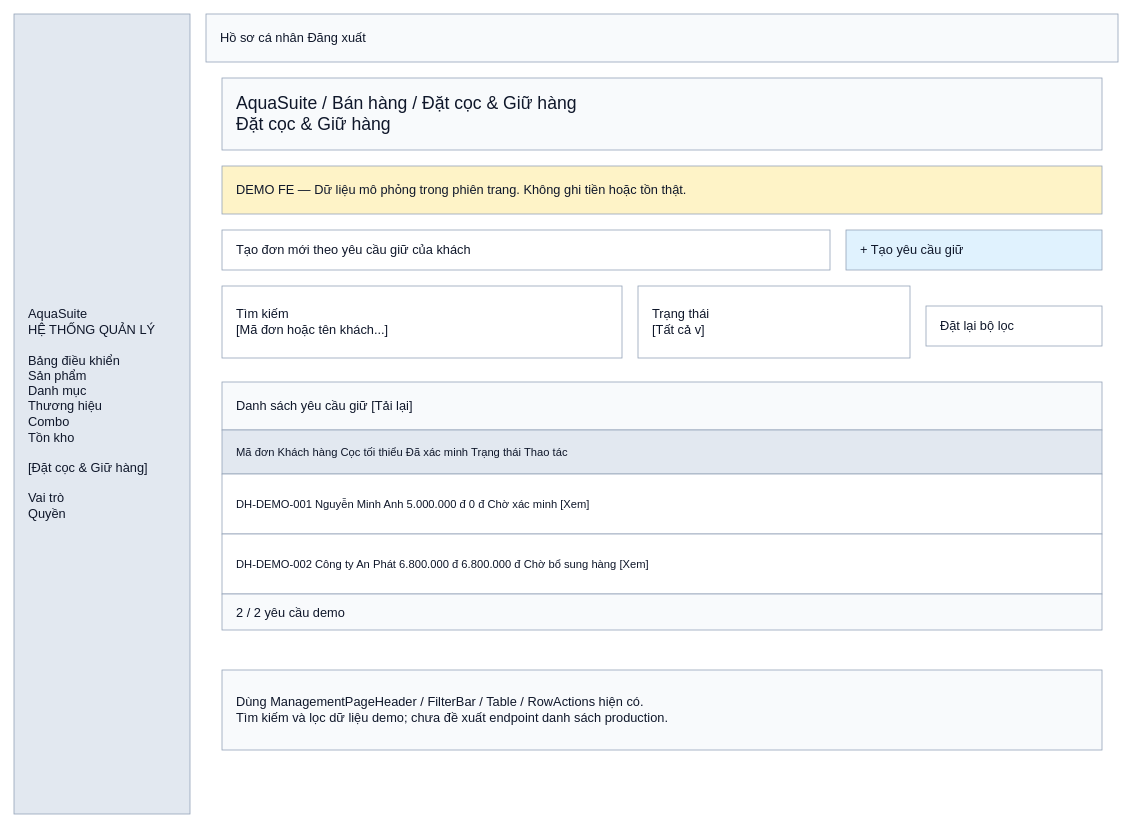
NamPham14/aquasuite-fe keeps this draw.io diagram as page "01 · Danh sách desktop" (1 of 6) of docs/specifications/FE-UC29-DEMO.drawio. Above is the earlier version. Source tidied: cells renumbered, new cells numbered last; positions are measured from the earlier drawing's top-left corner, leaving out a move shared by most shapes. Both pictures are drawn from the tidied source at 80%, with x=0, y=0 at pixel (14, 14).
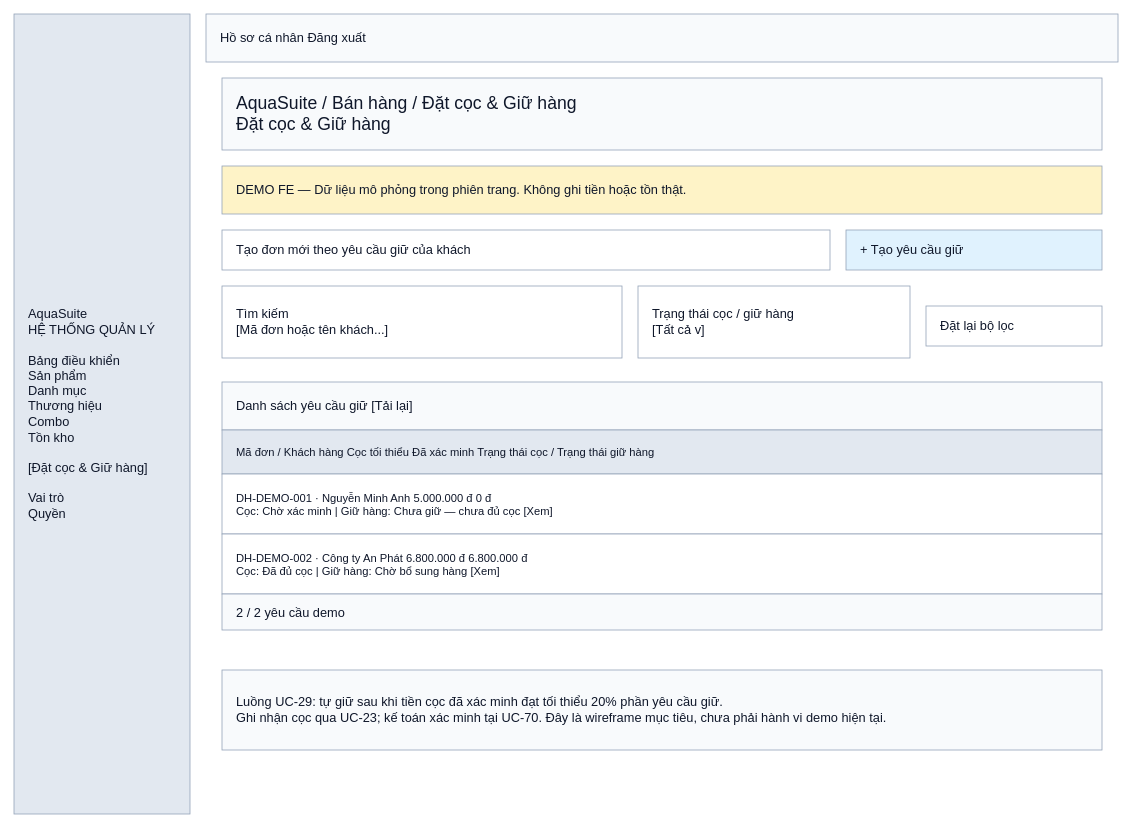
After the change.

Diff of the diagram source:
```diff
@@
 <mxGraphModel>
   <root>
     <mxCell id="0" />
     <mxCell id="1" parent="0" />
     <mxCell id="2" value="AquaSuite&#10;HỆ THỐNG QUẢN LÝ&#10;&#10;Bảng điều khiển&#10;Sản phẩm&#10;Danh mục&#10;Thương hiệu&#10;Combo&#10;Tồn kho&#10;&#10;[Đặt cọc &amp; Giữ hàng]&#10;&#10;Vai trò&#10;Quyền" style="rounded=0;whiteSpace=wrap;html=0;fillColor=#e2e8f0;strokeColor=#94a3b8;fontColor=#0f172a;fontSize=16;align=left;verticalAlign=middle;spacingLeft=16;spacingRight=12;" parent="1" vertex="1">
       <mxGeometry width="220" height="1000" as="geometry" />
     </mxCell>
     <mxCell id="3" value="Hồ sơ cá nhân                                                          Đăng xuất" style="rounded=0;whiteSpace=wrap;html=0;fillColor=#f8fafc;strokeColor=#94a3b8;fontColor=#0f172a;fontSize=16;align=left;verticalAlign=middle;spacingLeft=16;spacingRight=12;" parent="1" vertex="1">
       <mxGeometry x="240" width="1140" height="60" as="geometry" />
     </mxCell>
     <mxCell id="4" value="AquaSuite / Bán hàng / Đặt cọc &amp; Giữ hàng&#10;Đặt cọc &amp; Giữ hàng" style="rounded=0;whiteSpace=wrap;html=0;fillColor=#f8fafc;strokeColor=#94a3b8;fontColor=#0f172a;fontSize=22;align=left;verticalAlign=middle;spacingLeft=16;spacingRight=12;" parent="1" vertex="1">
       <mxGeometry x="260" y="80" width="1100" height="90" as="geometry" />
     </mxCell>
     <mxCell id="5" value="DEMO FE — Dữ liệu mô phỏng trong phiên trang. Không ghi tiền hoặc tồn thật." style="rounded=0;whiteSpace=wrap;html=0;fillColor=#fef3c7;strokeColor=#94a3b8;fontColor=#0f172a;fontSize=16;align=left;verticalAlign=middle;spacingLeft=16;spacingRight=12;" parent="1" vertex="1">
       <mxGeometry x="260" y="190" width="1100" height="60" as="geometry" />
     </mxCell>
     <mxCell id="6" value="Tạo đơn mới theo yêu cầu giữ của khách" style="rounded=0;whiteSpace=wrap;html=0;fillColor=#ffffff;strokeColor=#94a3b8;fontColor=#0f172a;fontSize=16;align=left;verticalAlign=middle;spacingLeft=16;spacingRight=12;" parent="1" vertex="1">
       <mxGeometry x="260" y="270" width="760" height="50" as="geometry" />
     </mxCell>
     <mxCell id="7" value="+ Tạo yêu cầu giữ" style="rounded=0;whiteSpace=wrap;html=0;fillColor=#e0f2fe;strokeColor=#94a3b8;fontColor=#0f172a;fontSize=16;align=left;verticalAlign=middle;spacingLeft=16;spacingRight=12;" parent="1" vertex="1">
       <mxGeometry x="1040" y="270" width="320" height="50" as="geometry" />
     </mxCell>
     <mxCell id="8" value="Tìm kiếm&#10;[Mã đơn hoặc tên khách...]" style="rounded=0;whiteSpace=wrap;html=0;fillColor=#ffffff;strokeColor=#94a3b8;fontColor=#0f172a;fontSize=16;align=left;verticalAlign=middle;spacingLeft=16;spacingRight=12;" parent="1" vertex="1">
       <mxGeometry x="260" y="340" width="500" height="90" as="geometry" />
     </mxCell>
-    <mxCell id="9" value="Trạng thái&#10;[Tất cả v]" style="rounded=0;whiteSpace=wrap;html=0;fillColor=#ffffff;strokeColor=#94a3b8;fontColor=#0f172a;fontSize=16;align=left;verticalAlign=middle;spacingLeft=16;spacingRight=12;" parent="1" vertex="1">
+    <mxCell id="9" value="Trạng thái cọc / giữ hàng&#10;[Tất cả v]" style="rounded=0;whiteSpace=wrap;html=0;fillColor=#ffffff;strokeColor=#94a3b8;fontColor=#0f172a;fontSize=16;align=left;verticalAlign=middle;spacingLeft=16;spacingRight=12;" parent="1" vertex="1">
       <mxGeometry x="780" y="340" width="340" height="90" as="geometry" />
     </mxCell>
     <mxCell id="10" value="Đặt lại bộ lọc" style="rounded=0;whiteSpace=wrap;html=0;fillColor=#ffffff;strokeColor=#94a3b8;fontColor=#0f172a;fontSize=16;align=left;verticalAlign=middle;spacingLeft=16;spacingRight=12;" parent="1" vertex="1">
       <mxGeometry x="1140" y="365" width="220" height="50" as="geometry" />
     </mxCell>
     <mxCell id="11" value="Danh sách yêu cầu giữ                                                        [Tải lại]" style="rounded=0;whiteSpace=wrap;html=0;fillColor=#f8fafc;strokeColor=#94a3b8;fontColor=#0f172a;fontSize=16;align=left;verticalAlign=middle;spacingLeft=16;spacingRight=12;" parent="1" vertex="1">
       <mxGeometry x="260" y="460" width="1100" height="60" as="geometry" />
     </mxCell>
-    <mxCell id="12" value="Mã đơn           Khách hàng                Cọc tối thiểu       Đã xác minh        Trạng thái          Thao tác" style="rounded=0;whiteSpace=wrap;html=0;fillColor=#e2e8f0;strokeColor=#94a3b8;fontColor=#0f172a;fontSize=14;align=left;verticalAlign=middle;spacingLeft=16;spacingRight=12;" parent="1" vertex="1">
+    <mxCell id="12" value="Mã đơn / Khách hàng       Cọc tối thiểu      Đã xác minh      Trạng thái cọc / Trạng thái giữ hàng" style="rounded=0;whiteSpace=wrap;html=0;fillColor=#e2e8f0;strokeColor=#94a3b8;fontColor=#0f172a;fontSize=14;align=left;verticalAlign=middle;spacingLeft=16;spacingRight=12;" parent="1" vertex="1">
       <mxGeometry x="260" y="520" width="1100" height="55" as="geometry" />
     </mxCell>
-    <mxCell id="13" value="DH-DEMO-001    Nguyễn Minh Anh          5.000.000 đ         0 đ                 Chờ xác minh        [Xem]" style="rounded=0;whiteSpace=wrap;html=0;fillColor=#ffffff;strokeColor=#94a3b8;fontColor=#0f172a;fontSize=14;align=left;verticalAlign=middle;spacingLeft=16;spacingRight=12;" parent="1" vertex="1">
+    <mxCell id="13" value="DH-DEMO-001 · Nguyễn Minh Anh     5.000.000 đ     0 đ&#10;Cọc: Chờ xác minh   |   Giữ hàng: Chưa giữ — chưa đủ cọc                         [Xem]" style="rounded=0;whiteSpace=wrap;html=0;fillColor=#ffffff;strokeColor=#94a3b8;fontColor=#0f172a;fontSize=14;align=left;verticalAlign=middle;spacingLeft=16;spacingRight=12;" parent="1" vertex="1">
       <mxGeometry x="260" y="575" width="1100" height="75" as="geometry" />
     </mxCell>
-    <mxCell id="14" value="DH-DEMO-002    Công ty An Phát          6.800.000 đ         6.800.000 đ         Chờ bổ sung hàng    [Xem]" style="rounded=0;whiteSpace=wrap;html=0;fillColor=#ffffff;strokeColor=#94a3b8;fontColor=#0f172a;fontSize=14;align=left;verticalAlign=middle;spacingLeft=16;spacingRight=12;" parent="1" vertex="1">
+    <mxCell id="14" value="DH-DEMO-002 · Công ty An Phát     6.800.000 đ     6.800.000 đ&#10;Cọc: Đã đủ cọc   |   Giữ hàng: Chờ bổ sung hàng                                       [Xem]" style="rounded=0;whiteSpace=wrap;html=0;fillColor=#ffffff;strokeColor=#94a3b8;fontColor=#0f172a;fontSize=14;align=left;verticalAlign=middle;spacingLeft=16;spacingRight=12;" parent="1" vertex="1">
       <mxGeometry x="260" y="650" width="1100" height="75" as="geometry" />
     </mxCell>
     <mxCell id="15" value="2 / 2 yêu cầu demo" style="rounded=0;whiteSpace=wrap;html=0;fillColor=#f8fafc;strokeColor=#94a3b8;fontColor=#0f172a;fontSize=16;align=left;verticalAlign=middle;spacingLeft=16;spacingRight=12;" parent="1" vertex="1">
       <mxGeometry x="260" y="725" width="1100" height="45" as="geometry" />
     </mxCell>
-    <mxCell id="16" value="Dùng ManagementPageHeader / FilterBar / Table / RowActions hiện có.&#10;Tìm kiếm và lọc dữ liệu demo; chưa đề xuất endpoint danh sách production." style="rounded=0;whiteSpace=wrap;html=0;fillColor=#f8fafc;strokeColor=#94a3b8;fontColor=#0f172a;fontSize=16;align=left;verticalAlign=middle;spacingLeft=16;spacingRight=12;" parent="1" vertex="1">
+    <mxCell id="16" value="Luồng UC-29: tự giữ sau khi tiền cọc đã xác minh đạt tối thiểu 20% phần yêu cầu giữ.&#10;Ghi nhận cọc qua UC-23; kế toán xác minh tại UC-70. Đây là wireframe mục tiêu, chưa phải hành vi demo hiện tại." style="rounded=0;whiteSpace=wrap;html=0;fillColor=#f8fafc;strokeColor=#94a3b8;fontColor=#0f172a;fontSize=16;align=left;verticalAlign=middle;spacingLeft=16;spacingRight=12;" parent="1" vertex="1">
       <mxGeometry x="260" y="820" width="1100" height="100" as="geometry" />
     </mxCell>
   </root>
 </mxGraphModel>
```
